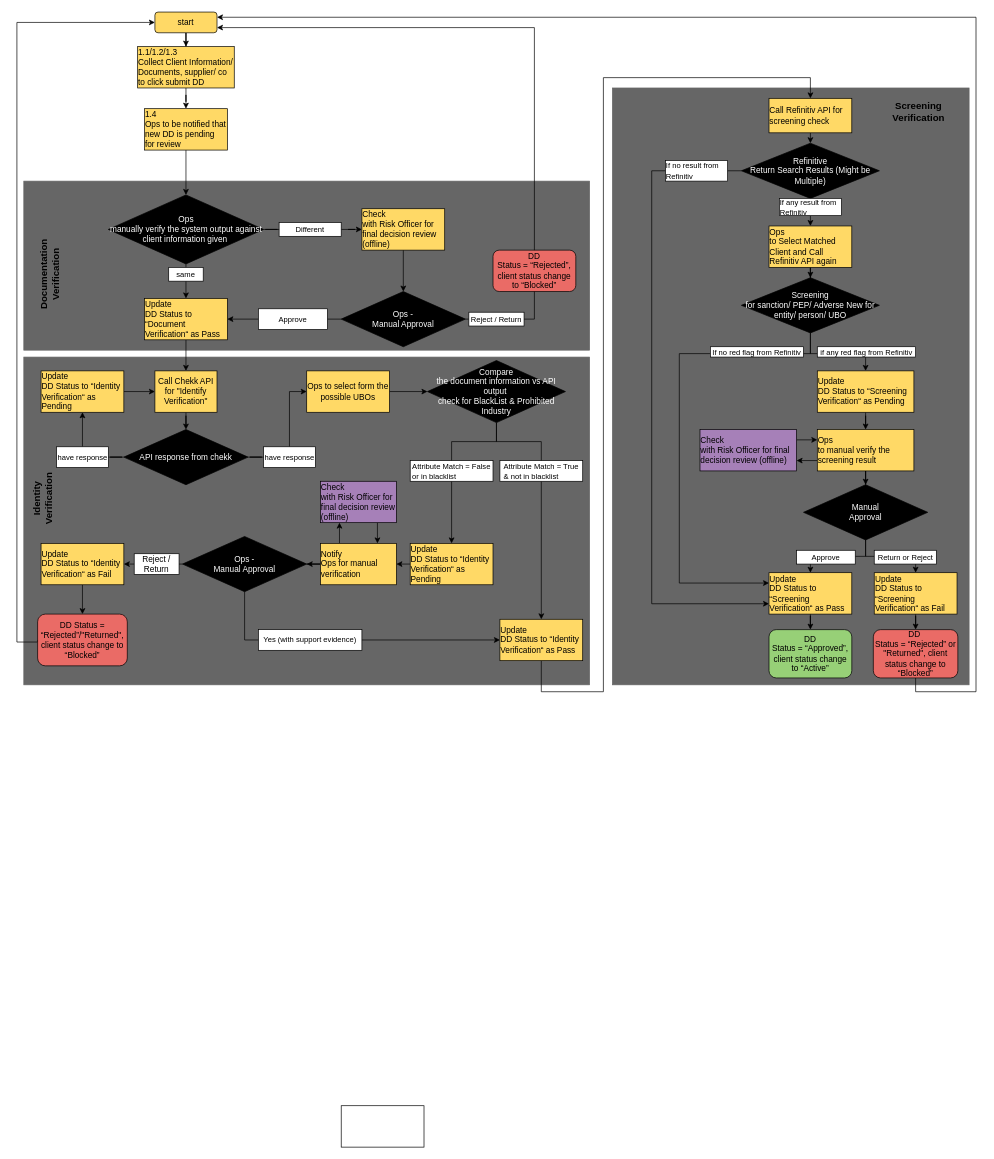
Earlier version of the draw.io diagram page "Page-1" (1 of 2) of dd structure.drawio (SeanXLChen/gitskills). Source tidied: cells renumbered, new cells numbered last; positions are measured from the earlier drawing's top-left corner, leaving out a move shared by most shapes. Both pictures are drawn from the tidied source at 69%, with x=0, y=0 at pixel (3, 12).
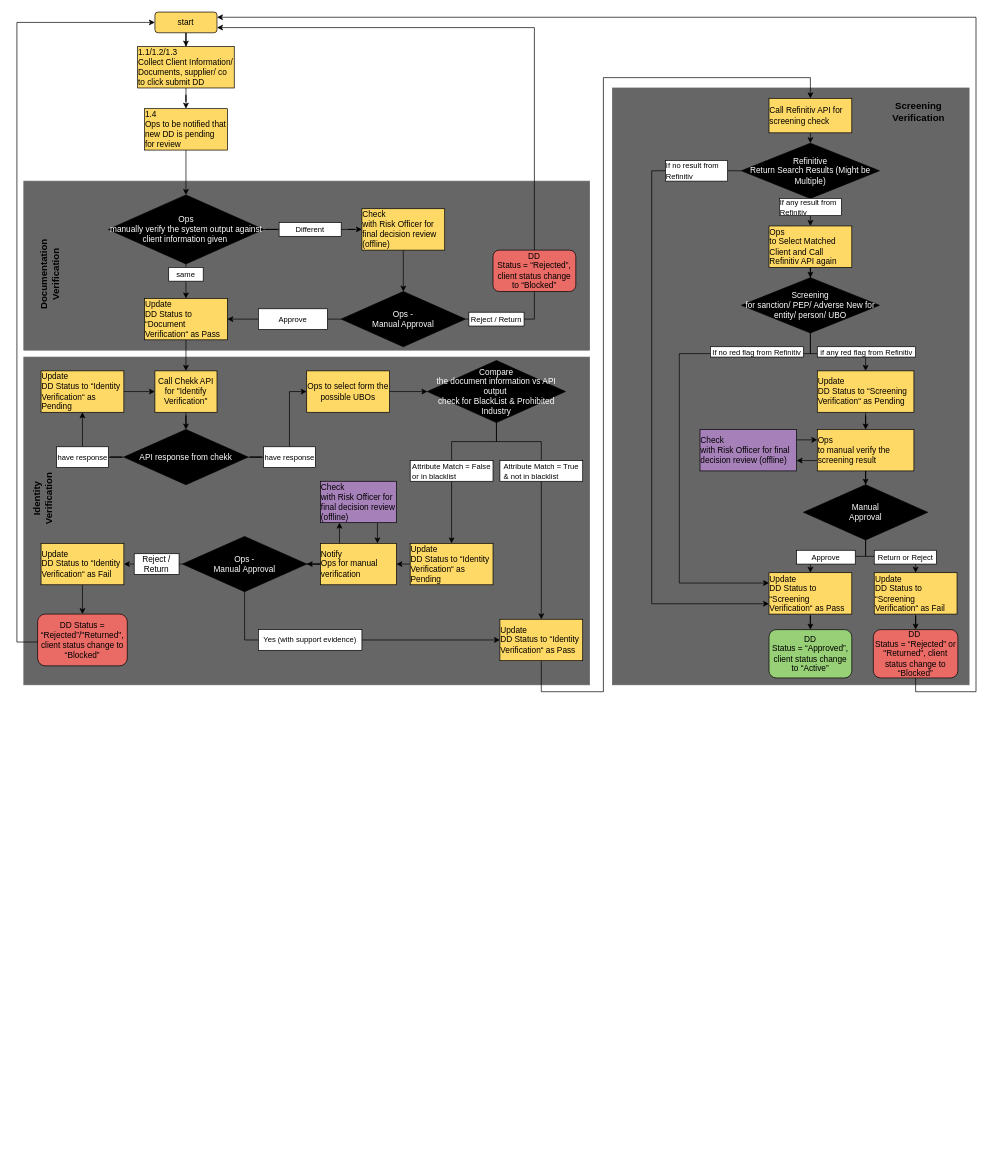
The same page after the edit.

Diff of the diagram source:
```diff
@@
-    <mxCell id="5" style="rounded=0;whiteSpace=wrap;html=1;" parent="1" vertex="1">
-      <mxGeometry x="490" y="1585" width="120" height="60" as="geometry" />
-    </mxCell>
```
